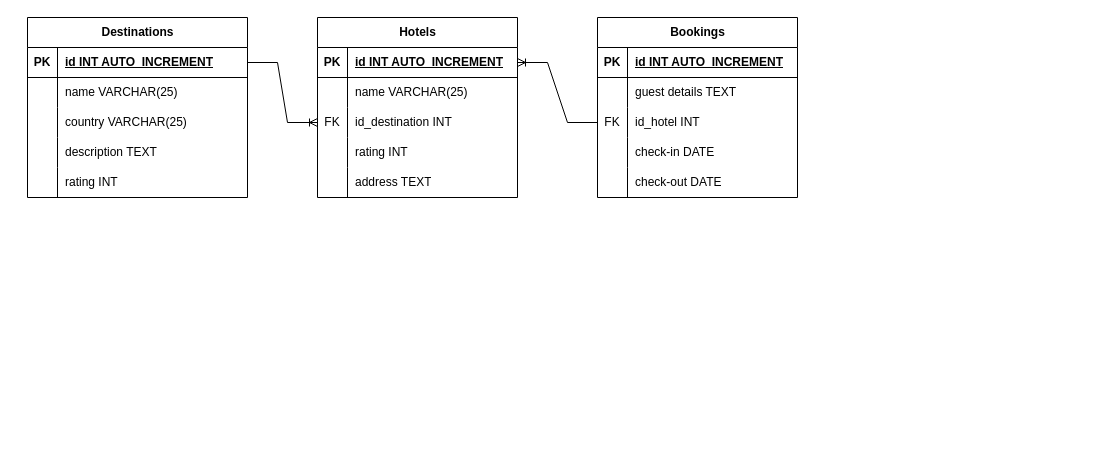
suryasaputra2016/YourFirstSite keeps this draw.io diagram as Untitled Diagram.drawio. Above is the earlier version. Source tidied: cells renumbered, new cells numbered last; positions are measured from the earlier drawing's top-left corner, leaving out a move shared by most shapes. Both pictures are drawn from the tidied source at 100%, with x=0, y=0 at pixel (27, 17).
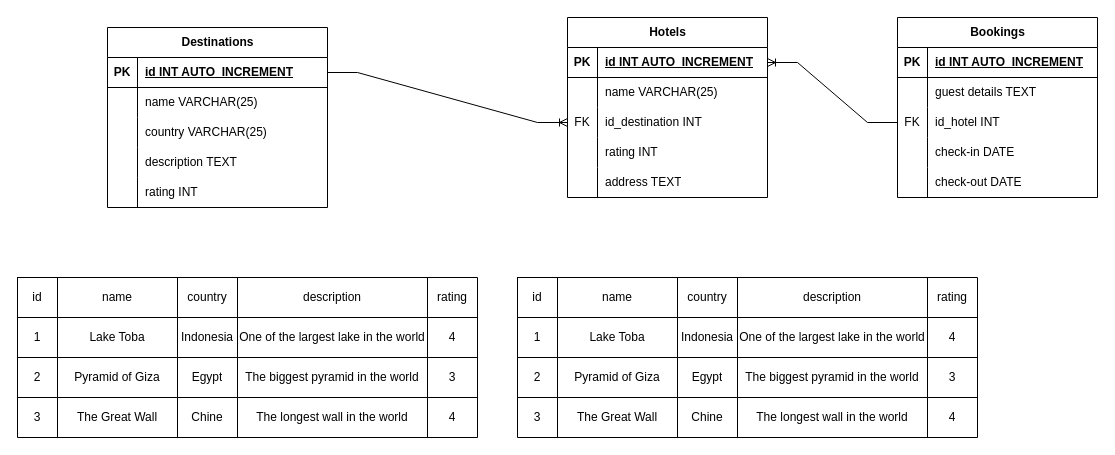
Above is the later version.

Diff of the diagram source:
```diff
@@
     <mxCell id="2" value="Destinations" style="shape=table;startSize=30;childLayout=tableLayout;rowLines=0;fontStyle=1;align=center;html=1;" parent="1" vertex="1">
-      <mxGeometry width="220" height="180" as="geometry" />
+      <mxGeometry x="80" y="10" width="220" height="180" as="geometry" />
     </mxCell>
@@
     <mxCell id="18" value="Hotels" style="shape=table;startSize=30;childLayout=tableLayout;rowLines=0;fontStyle=1;align=center;html=1;" parent="1" vertex="1">
-      <mxGeometry x="290" width="200" height="180" as="geometry" />
+      <mxGeometry x="540" width="200" height="180" as="geometry" />
     </mxCell>
@@
     <mxCell id="34" value="Bookings" style="shape=table;startSize=30;childLayout=tableLayout;rowLines=0;fontStyle=1;align=center;html=1;" parent="1" vertex="1">
-      <mxGeometry x="570" width="200" height="180" as="geometry" />
+      <mxGeometry x="870" width="200" height="180" as="geometry" />
     </mxCell>
@@
+    <mxCell id="52" style="shape=table;startSize=0;childLayout=tableLayout;" parent="1" vertex="1">
+      <mxGeometry x="-10" y="260" width="460" height="160" as="geometry" />
+    </mxCell>
+    <mxCell id="53" style="shape=tableRow;horizontal=0;startSize=0;swimlaneHead=0;swimlaneBody=0;strokeColor=inherit;top=0;left=0;bottom=0;right=0;fillColor=none;" parent="52" vertex="1">
+      <mxGeometry width="460" height="40" as="geometry" />
+    </mxCell>
+    <mxCell id="54" value="id" style="shape=partialRectangle;html=1;whiteSpace=wrap;strokeColor=inherit;overflow=hidden;fillColor=none;top=0;left=0;bottom=0;right=0;" parent="53" vertex="1">
+      <mxGeometry width="40" height="40" as="geometry" />
+    </mxCell>
+    <mxCell id="55" value="name" style="shape=partialRectangle;html=1;whiteSpace=wrap;strokeColor=inherit;overflow=hidden;fillColor=none;top=0;left=0;bottom=0;right=0;" parent="53" vertex="1">
+      <mxGeometry x="40" width="120" height="40" as="geometry" />
+    </mxCell>
+    <mxCell id="56" value="country" style="shape=partialRectangle;html=1;whiteSpace=wrap;strokeColor=inherit;overflow=hidden;fillColor=none;top=0;left=0;bottom=0;right=0;" parent="53" vertex="1">
+      <mxGeometry x="160" width="60" height="40" as="geometry" />
+    </mxCell>
+    <mxCell id="57" value="description" style="shape=partialRectangle;html=1;whiteSpace=wrap;strokeColor=inherit;overflow=hidden;fillColor=none;top=0;left=0;bottom=0;right=0;" parent="53" vertex="1">
+      <mxGeometry x="220" width="190" height="40" as="geometry" />
+    </mxCell>
+    <mxCell id="58" value="rating" style="shape=partialRectangle;html=1;whiteSpace=wrap;strokeColor=inherit;overflow=hidden;fillColor=none;top=0;left=0;bottom=0;right=0;" parent="53" vertex="1">
+      <mxGeometry x="410" width="50" height="40" as="geometry" />
+    </mxCell>
+    <mxCell id="59" style="shape=tableRow;horizontal=0;startSize=0;swimlaneHead=0;swimlaneBody=0;strokeColor=inherit;top=0;left=0;bottom=0;right=0;fillColor=none;" parent="52" vertex="1">
+      <mxGeometry y="40" width="460" height="40" as="geometry" />
+    </mxCell>
+    <mxCell id="60" value="1" style="shape=partialRectangle;html=1;whiteSpace=wrap;strokeColor=inherit;overflow=hidden;fillColor=none;top=0;left=0;bottom=0;right=0;" parent="59" vertex="1">
+      <mxGeometry width="40" height="40" as="geometry" />
+    </mxCell>
+    <mxCell id="61" value="Lake Toba" style="shape=partialRectangle;html=1;whiteSpace=wrap;strokeColor=inherit;overflow=hidden;fillColor=none;top=0;left=0;bottom=0;right=0;" parent="59" vertex="1">
+      <mxGeometry x="40" width="120" height="40" as="geometry" />
+    </mxCell>
+    <mxCell id="62" value="Indonesia" style="shape=partialRectangle;html=1;whiteSpace=wrap;strokeColor=inherit;overflow=hidden;fillColor=none;top=0;left=0;bottom=0;right=0;" parent="59" vertex="1">
+      <mxGeometry x="160" width="60" height="40" as="geometry" />
+    </mxCell>
+    <mxCell id="63" value="One of the largest lake in the world" style="shape=partialRectangle;html=1;whiteSpace=wrap;strokeColor=inherit;overflow=hidden;fillColor=none;top=0;left=0;bottom=0;right=0;" parent="59" vertex="1">
+      <mxGeometry x="220" width="190" height="40" as="geometry" />
+    </mxCell>
+    <mxCell id="64" value="4" style="shape=partialRectangle;html=1;whiteSpace=wrap;strokeColor=inherit;overflow=hidden;fillColor=none;top=0;left=0;bottom=0;right=0;" parent="59" vertex="1">
+      <mxGeometry x="410" width="50" height="40" as="geometry" />
+    </mxCell>
+    <mxCell id="65" style="shape=tableRow;horizontal=0;startSize=0;swimlaneHead=0;swimlaneBody=0;strokeColor=inherit;top=0;left=0;bottom=0;right=0;fillColor=none;" parent="52" vertex="1">
+      <mxGeometry y="80" width="460" height="40" as="geometry" />
+    </mxCell>
+    <mxCell id="66" value="2" style="shape=partialRectangle;html=1;whiteSpace=wrap;strokeColor=inherit;overflow=hidden;fillColor=none;top=0;left=0;bottom=0;right=0;" parent="65" vertex="1">
+      <mxGeometry width="40" height="40" as="geometry" />
+    </mxCell>
+    <mxCell id="67" value="Pyramid of Giza" style="shape=partialRectangle;html=1;whiteSpace=wrap;strokeColor=inherit;overflow=hidden;fillColor=none;top=0;left=0;bottom=0;right=0;" parent="65" vertex="1">
+      <mxGeometry x="40" width="120" height="40" as="geometry" />
+    </mxCell>
+    <mxCell id="68" value="Egypt" style="shape=partialRectangle;html=1;whiteSpace=wrap;strokeColor=inherit;overflow=hidden;fillColor=none;top=0;left=0;bottom=0;right=0;" parent="65" vertex="1">
+      <mxGeometry x="160" width="60" height="40" as="geometry" />
+    </mxCell>
+    <mxCell id="69" value="The biggest pyramid in the world" style="shape=partialRectangle;html=1;whiteSpace=wrap;strokeColor=inherit;overflow=hidden;fillColor=none;top=0;left=0;bottom=0;right=0;" parent="65" vertex="1">
+      <mxGeometry x="220" width="190" height="40" as="geometry" />
+    </mxCell>
+    <mxCell id="70" value="3" style="shape=partialRectangle;html=1;whiteSpace=wrap;strokeColor=inherit;overflow=hidden;fillColor=none;top=0;left=0;bottom=0;right=0;" parent="65" vertex="1">
+      <mxGeometry x="410" width="50" height="40" as="geometry" />
+    </mxCell>
+    <mxCell id="71" style="shape=tableRow;horizontal=0;startSize=0;swimlaneHead=0;swimlaneBody=0;strokeColor=inherit;top=0;left=0;bottom=0;right=0;fillColor=none;" parent="52" vertex="1">
+      <mxGeometry y="120" width="460" height="40" as="geometry" />
+    </mxCell>
+    <mxCell id="72" value="3" style="shape=partialRectangle;html=1;whiteSpace=wrap;strokeColor=inherit;overflow=hidden;fillColor=none;top=0;left=0;bottom=0;right=0;" parent="71" vertex="1">
+      <mxGeometry width="40" height="40" as="geometry" />
+    </mxCell>
+    <mxCell id="73" value="The Great Wall" style="shape=partialRectangle;html=1;whiteSpace=wrap;strokeColor=inherit;overflow=hidden;fillColor=none;top=0;left=0;bottom=0;right=0;" parent="71" vertex="1">
+      <mxGeometry x="40" width="120" height="40" as="geometry" />
+    </mxCell>
+    <mxCell id="74" value="Chine" style="shape=partialRectangle;html=1;whiteSpace=wrap;strokeColor=inherit;overflow=hidden;fillColor=none;top=0;left=0;bottom=0;right=0;" parent="71" vertex="1">
+      <mxGeometry x="160" width="60" height="40" as="geometry" />
+    </mxCell>
+    <mxCell id="75" value="The longest wall in the world" style="shape=partialRectangle;html=1;whiteSpace=wrap;strokeColor=inherit;overflow=hidden;fillColor=none;top=0;left=0;bottom=0;right=0;" parent="71" vertex="1">
+      <mxGeometry x="220" width="190" height="40" as="geometry" />
+    </mxCell>
+    <mxCell id="76" value="4" style="shape=partialRectangle;html=1;whiteSpace=wrap;strokeColor=inherit;overflow=hidden;fillColor=none;top=0;left=0;bottom=0;right=0;" parent="71" vertex="1">
+      <mxGeometry x="410" width="50" height="40" as="geometry" />
+    </mxCell>
+    <mxCell id="77" style="shape=table;startSize=0;childLayout=tableLayout;" parent="1" vertex="1">
+      <mxGeometry x="490" y="260" width="460" height="160" as="geometry" />
+    </mxCell>
+    <mxCell id="78" style="shape=tableRow;horizontal=0;startSize=0;swimlaneHead=0;swimlaneBody=0;strokeColor=inherit;top=0;left=0;bottom=0;right=0;fillColor=none;" parent="77" vertex="1">
+      <mxGeometry width="460" height="40" as="geometry" />
+    </mxCell>
+    <mxCell id="79" value="id" style="shape=partialRectangle;html=1;whiteSpace=wrap;strokeColor=inherit;overflow=hidden;fillColor=none;top=0;left=0;bottom=0;right=0;" parent="78" vertex="1">
+      <mxGeometry width="40" height="40" as="geometry" />
+    </mxCell>
+    <mxCell id="80" value="name" style="shape=partialRectangle;html=1;whiteSpace=wrap;strokeColor=inherit;overflow=hidden;fillColor=none;top=0;left=0;bottom=0;right=0;" parent="78" vertex="1">
+      <mxGeometry x="40" width="120" height="40" as="geometry" />
+    </mxCell>
+    <mxCell id="81" value="country" style="shape=partialRectangle;html=1;whiteSpace=wrap;strokeColor=inherit;overflow=hidden;fillColor=none;top=0;left=0;bottom=0;right=0;" parent="78" vertex="1">
+      <mxGeometry x="160" width="60" height="40" as="geometry" />
+    </mxCell>
+    <mxCell id="82" value="description" style="shape=partialRectangle;html=1;whiteSpace=wrap;strokeColor=inherit;overflow=hidden;fillColor=none;top=0;left=0;bottom=0;right=0;" parent="78" vertex="1">
+      <mxGeometry x="220" width="190" height="40" as="geometry" />
+    </mxCell>
+    <mxCell id="83" value="rating" style="shape=partialRectangle;html=1;whiteSpace=wrap;strokeColor=inherit;overflow=hidden;fillColor=none;top=0;left=0;bottom=0;right=0;" parent="78" vertex="1">
+      <mxGeometry x="410" width="50" height="40" as="geometry" />
+    </mxCell>
+    <mxCell id="84" style="shape=tableRow;horizontal=0;startSize=0;swimlaneHead=0;swimlaneBody=0;strokeColor=inherit;top=0;left=0;bottom=0;right=0;fillColor=none;" parent="77" vertex="1">
+      <mxGeometry y="40" width="460" height="40" as="geometry" />
+    </mxCell>
+    <mxCell id="85" value="1" style="shape=partialRectangle;html=1;whiteSpace=wrap;strokeColor=inherit;overflow=hidden;fillColor=none;top=0;left=0;bottom=0;right=0;" parent="84" vertex="1">
+      <mxGeometry width="40" height="40" as="geometry" />
+    </mxCell>
+    <mxCell id="86" value="Lake Toba" style="shape=partialRectangle;html=1;whiteSpace=wrap;strokeColor=inherit;overflow=hidden;fillColor=none;top=0;left=0;bottom=0;right=0;" parent="84" vertex="1">
+      <mxGeometry x="40" width="120" height="40" as="geometry" />
+    </mxCell>
+    <mxCell id="87" value="Indonesia" style="shape=partialRectangle;html=1;whiteSpace=wrap;strokeColor=inherit;overflow=hidden;fillColor=none;top=0;left=0;bottom=0;right=0;" parent="84" vertex="1">
+      <mxGeometry x="160" width="60" height="40" as="geometry" />
+    </mxCell>
+    <mxCell id="88" value="One of the largest lake in the world" style="shape=partialRectangle;html=1;whiteSpace=wrap;strokeColor=inherit;overflow=hidden;fillColor=none;top=0;left=0;bottom=0;right=0;" parent="84" vertex="1">
+      <mxGeometry x="220" width="190" height="40" as="geometry" />
+    </mxCell>
+    <mxCell id="89" value="4" style="shape=partialRectangle;html=1;whiteSpace=wrap;strokeColor=inherit;overflow=hidden;fillColor=none;top=0;left=0;bottom=0;right=0;" parent="84" vertex="1">
+      <mxGeometry x="410" width="50" height="40" as="geometry" />
+    </mxCell>
+    <mxCell id="90" style="shape=tableRow;horizontal=0;startSize=0;swimlaneHead=0;swimlaneBody=0;strokeColor=inherit;top=0;left=0;bottom=0;right=0;fillColor=none;" parent="77" vertex="1">
+      <mxGeometry y="80" width="460" height="40" as="geometry" />
+    </mxCell>
+    <mxCell id="91" value="2" style="shape=partialRectangle;html=1;whiteSpace=wrap;strokeColor=inherit;overflow=hidden;fillColor=none;top=0;left=0;bottom=0;right=0;" parent="90" vertex="1">
+      <mxGeometry width="40" height="40" as="geometry" />
+    </mxCell>
+    <mxCell id="92" value="Pyramid of Giza" style="shape=partialRectangle;html=1;whiteSpace=wrap;strokeColor=inherit;overflow=hidden;fillColor=none;top=0;left=0;bottom=0;right=0;" parent="90" vertex="1">
+      <mxGeometry x="40" width="120" height="40" as="geometry" />
+    </mxCell>
+    <mxCell id="93" value="Egypt" style="shape=partialRectangle;html=1;whiteSpace=wrap;strokeColor=inherit;overflow=hidden;fillColor=none;top=0;left=0;bottom=0;right=0;" parent="90" vertex="1">
+      <mxGeometry x="160" width="60" height="40" as="geometry" />
+    </mxCell>
+    <mxCell id="94" value="The biggest pyramid in the world" style="shape=partialRectangle;html=1;whiteSpace=wrap;strokeColor=inherit;overflow=hidden;fillColor=none;top=0;left=0;bottom=0;right=0;" parent="90" vertex="1">
+      <mxGeometry x="220" width="190" height="40" as="geometry" />
+    </mxCell>
+    <mxCell id="95" value="3" style="shape=partialRectangle;html=1;whiteSpace=wrap;strokeColor=inherit;overflow=hidden;fillColor=none;top=0;left=0;bottom=0;right=0;" parent="90" vertex="1">
+      <mxGeometry x="410" width="50" height="40" as="geometry" />
+    </mxCell>
+    <mxCell id="96" style="shape=tableRow;horizontal=0;startSize=0;swimlaneHead=0;swimlaneBody=0;strokeColor=inherit;top=0;left=0;bottom=0;right=0;fillColor=none;" parent="77" vertex="1">
+      <mxGeometry y="120" width="460" height="40" as="geometry" />
+    </mxCell>
+    <mxCell id="97" value="3" style="shape=partialRectangle;html=1;whiteSpace=wrap;strokeColor=inherit;overflow=hidden;fillColor=none;top=0;left=0;bottom=0;right=0;" parent="96" vertex="1">
+      <mxGeometry width="40" height="40" as="geometry" />
+    </mxCell>
+    <mxCell id="98" value="The Great Wall" style="shape=partialRectangle;html=1;whiteSpace=wrap;strokeColor=inherit;overflow=hidden;fillColor=none;top=0;left=0;bottom=0;right=0;" parent="96" vertex="1">
+      <mxGeometry x="40" width="120" height="40" as="geometry" />
+    </mxCell>
+    <mxCell id="99" value="Chine" style="shape=partialRectangle;html=1;whiteSpace=wrap;strokeColor=inherit;overflow=hidden;fillColor=none;top=0;left=0;bottom=0;right=0;" parent="96" vertex="1">
+      <mxGeometry x="160" width="60" height="40" as="geometry" />
+    </mxCell>
+    <mxCell id="100" value="The longest wall in the world" style="shape=partialRectangle;html=1;whiteSpace=wrap;strokeColor=inherit;overflow=hidden;fillColor=none;top=0;left=0;bottom=0;right=0;" parent="96" vertex="1">
+      <mxGeometry x="220" width="190" height="40" as="geometry" />
+    </mxCell>
+    <mxCell id="101" value="4" style="shape=partialRectangle;html=1;whiteSpace=wrap;strokeColor=inherit;overflow=hidden;fillColor=none;top=0;left=0;bottom=0;right=0;" parent="96" vertex="1">
+      <mxGeometry x="410" width="50" height="40" as="geometry" />
+    </mxCell>
```
